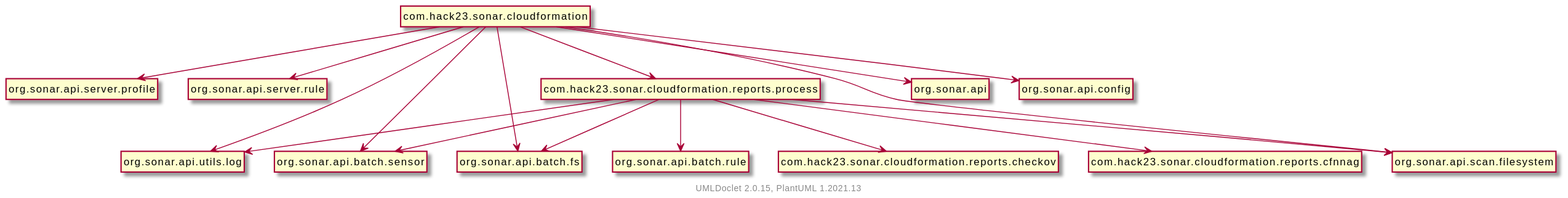
Hack23/sonar-cloudformation-plugin keeps this PlantUML diagram as apidocs/package-dependencies.svg. Above is the earlier version.
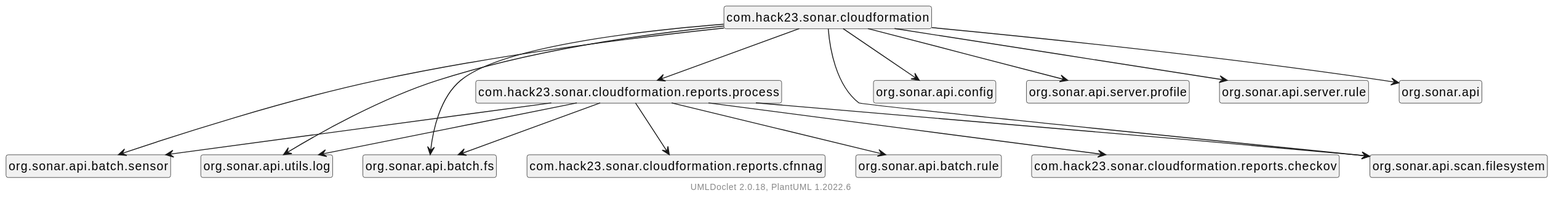
After the change.

Diff of the diagram source:
```diff
@@ -4,31 +4,31 @@
     hide empty fields
     hide empty methods
 
-    com.hack23.sonar.cloudformation --> org.sonar.api.server.profile
-    com.hack23.sonar.cloudformation --> org.sonar.api.server.rule
+    com.hack23.sonar.cloudformation --> org.sonar.api.batch.sensor
     com.hack23.sonar.cloudformation --> org.sonar.api.utils.log
-    com.hack23.sonar.cloudformation --> org.sonar.api.batch.sensor
     com.hack23.sonar.cloudformation --> com.hack23.sonar.cloudformation.reports.process
     com.hack23.sonar.cloudformation --> org.sonar.api.batch.fs
     com.hack23.sonar.cloudformation --> org.sonar.api.scan.filesystem
+    com.hack23.sonar.cloudformation --> org.sonar.api.config
+    com.hack23.sonar.cloudformation --> org.sonar.api.server.profile
+    com.hack23.sonar.cloudformation --> org.sonar.api.server.rule
     com.hack23.sonar.cloudformation --> org.sonar.api
-    com.hack23.sonar.cloudformation --> org.sonar.api.config
     com.hack23.sonar.cloudformation.reports.process --> org.sonar.api.utils.log
     com.hack23.sonar.cloudformation.reports.process --> org.sonar.api.scan.filesystem
     com.hack23.sonar.cloudformation.reports.process --> org.sonar.api.batch.fs
     com.hack23.sonar.cloudformation.reports.process --> org.sonar.api.batch.sensor
+    com.hack23.sonar.cloudformation.reports.process --> com.hack23.sonar.cloudformation.reports.cfnnag
     com.hack23.sonar.cloudformation.reports.process --> org.sonar.api.batch.rule
     com.hack23.sonar.cloudformation.reports.process --> com.hack23.sonar.cloudformation.reports.checkov
-    com.hack23.sonar.cloudformation.reports.process --> com.hack23.sonar.cloudformation.reports.cfnnag
 
     class "com.hack23.sonar.cloudformation" [[com/hack23/sonar/cloudformation/package-summary.html]] {
     }
     class "com.hack23.sonar.cloudformation.reports.process" [[com/hack23/sonar/cloudformation/reports/process/package-summary.html]] {
     }
+    class "com.hack23.sonar.cloudformation.reports.cfnnag" [[com/hack23/sonar/cloudformation/reports/cfnnag/package-summary.html]] {
+    }
     class "com.hack23.sonar.cloudformation.reports.checkov" [[com/hack23/sonar/cloudformation/reports/checkov/package-summary.html]] {
     }
-    class "com.hack23.sonar.cloudformation.reports.cfnnag" [[com/hack23/sonar/cloudformation/reports/cfnnag/package-summary.html]] {
-    }
 
-    center footer UMLDoclet 2.0.15, PlantUML 1.2021.13
+    center footer UMLDoclet 2.0.18, PlantUML 1.2022.6
 @enduml
```
